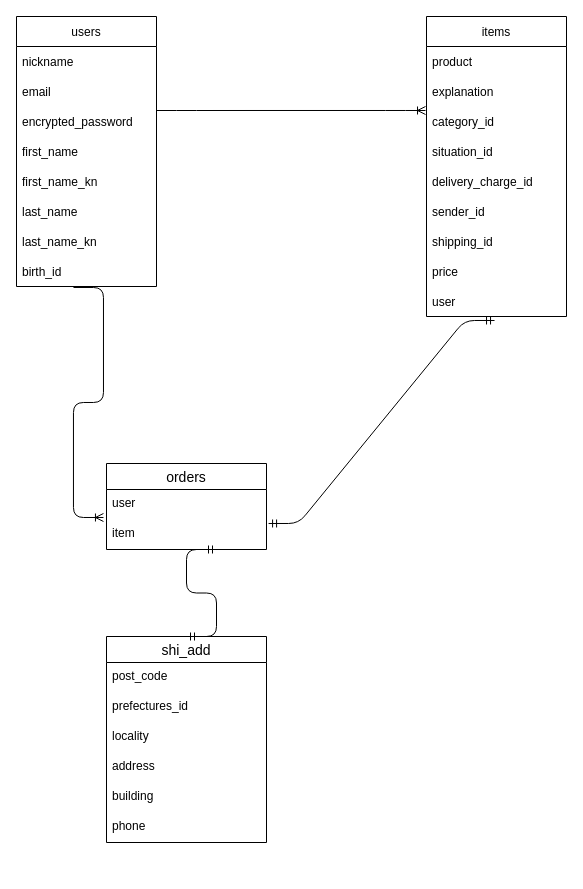
Earlier version of the draw.io diagram furima.dio (TAKUYA34/furima-38247). Source tidied: cells renumbered, new cells numbered last; positions are measured from the earlier drawing's top-left corner, leaving out a move shared by most shapes. Both pictures are drawn from the tidied source at 100%, with x=0, y=0 at pixel (16, 16).
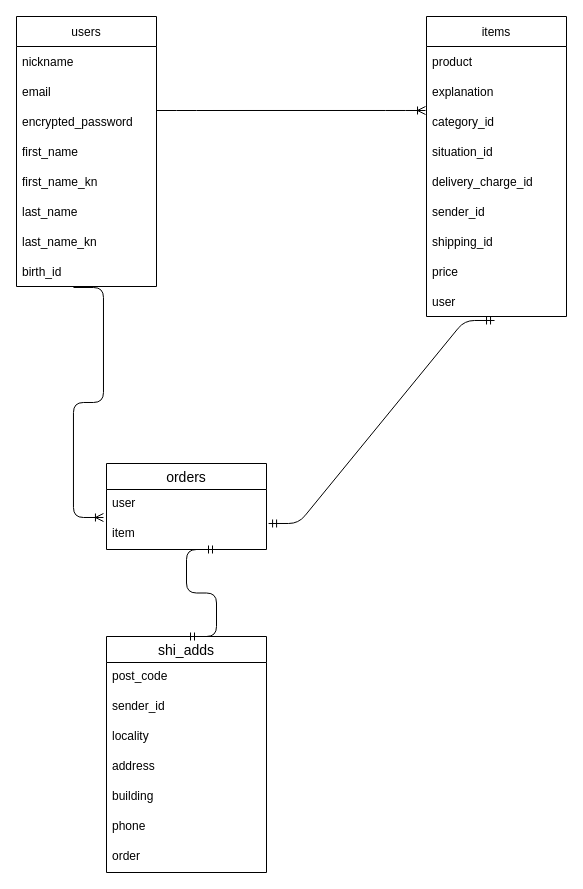
Above is the later version.

Diff of the diagram source:
```diff
@@
-    <mxCell id="27" value="shi_add" style="swimlane;fontStyle=0;horizontal=1;startSize=26;align=center;fontSize=14;" parent="1" vertex="1">
-      <mxGeometry x="90" y="620" width="160" height="206" as="geometry" />
+    <mxCell id="27" value="shi_adds" style="swimlane;fontStyle=0;horizontal=1;startSize=26;align=center;fontSize=14;" parent="1" vertex="1">
+      <mxGeometry x="90" y="620" width="160" height="236" as="geometry" />
     </mxCell>
@@
-    <mxCell id="29" value="prefectures_id" style="text;strokeColor=none;fillColor=none;spacingLeft=4;spacingRight=4;overflow=hidden;fontSize=12;" parent="27" vertex="1">
+    <mxCell id="29" value="sender_id" style="text;strokeColor=none;fillColor=none;spacingLeft=4;spacingRight=4;overflow=hidden;fontSize=12;" parent="27" vertex="1">
       <mxGeometry y="56" width="160" height="30" as="geometry" />
     </mxCell>
@@
+    <mxCell id="35" value="phone" style="text;strokeColor=none;fillColor=none;spacingLeft=4;spacingRight=4;overflow=hidden;fontSize=12;" parent="27" vertex="1">
+      <mxGeometry y="176" width="160" height="30" as="geometry" />
+    </mxCell>
-    <mxCell id="33" value="phone" style="text;strokeColor=none;fillColor=none;spacingLeft=4;spacingRight=4;overflow=hidden;fontSize=12;" parent="27" vertex="1">
-      <mxGeometry y="176" width="160" height="30" as="geometry" />
+    <mxCell id="33" value="order" style="text;strokeColor=none;fillColor=none;spacingLeft=4;spacingRight=4;overflow=hidden;fontSize=12;" parent="27" vertex="1">
+      <mxGeometry y="206" width="160" height="30" as="geometry" />
     </mxCell>
```
